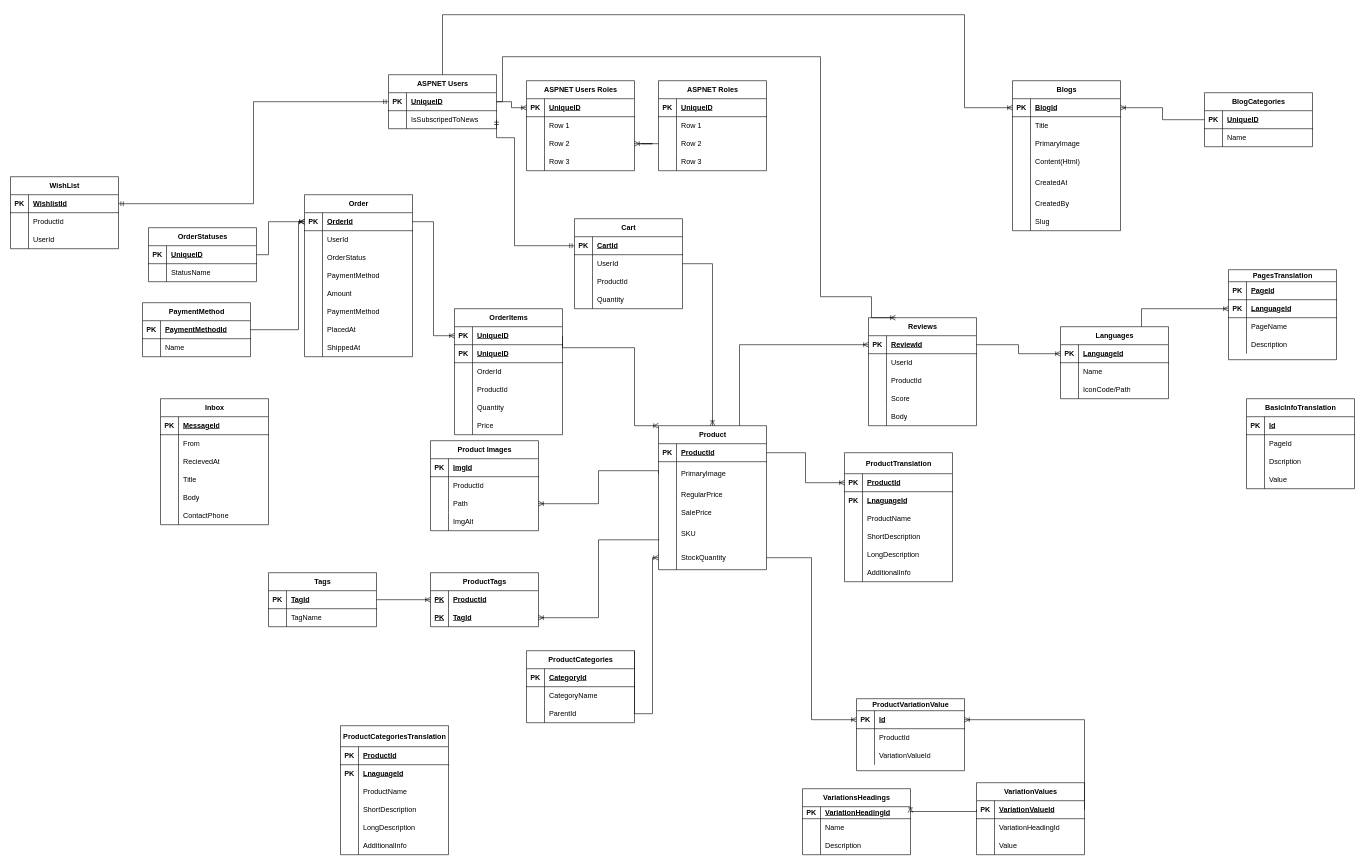
The draw.io diagram Untitled Diagram.drawio in mohamedvoli/Uthr, before the edit. Source tidied: cells renumbered, new cells numbered last; positions are measured from the earlier drawing's top-left corner, leaving out a move shared by most shapes. Both pictures are drawn from the tidied source at 60%, with x=0, y=0 at pixel (10, 14).
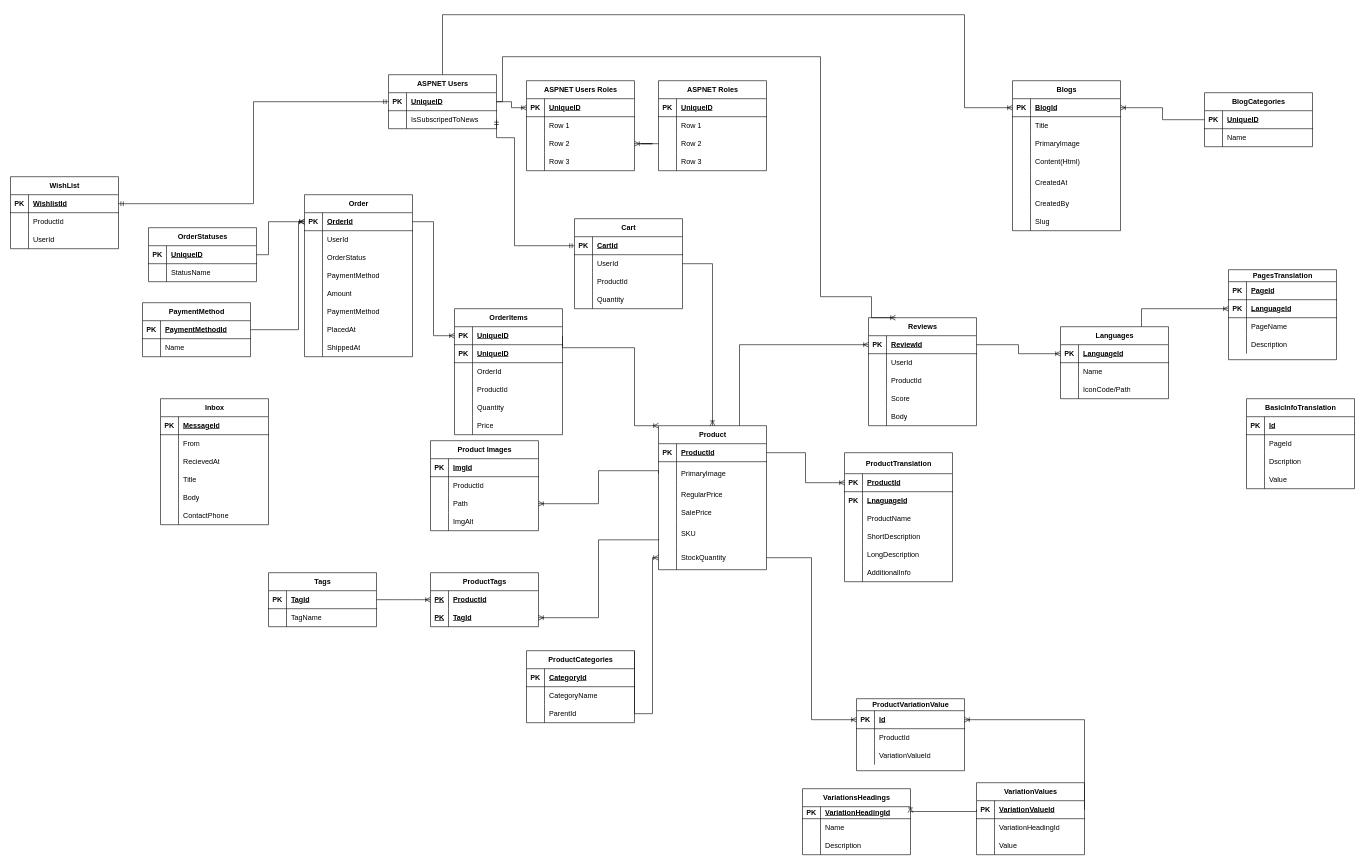
The same page after the edit.

The edit, as a diff of the source:
```diff
@@
-    <mxCell id="344" value="ProductCategoriesTranslation" style="shape=table;startSize=35;childLayout=tableLayout;rowLines=0;fontStyle=1;align=center;html=1;" parent="1" vertex="1">
-      <mxGeometry x="550" y="1185" width="180" height="215" as="geometry" />
-    </mxCell>
-    <mxCell id="345" style="shape=tableRow;horizontal=0;startSize=0;swimlaneHead=0;swimlaneBody=0;fillColor=none;top=0;left=0;right=0;bottom=1;" parent="344" vertex="1">
-      <mxGeometry y="35" width="180" height="30" as="geometry" />
-    </mxCell>
-    <mxCell id="346" value="PK" style="shape=partialRectangle;fillColor=none;top=0;left=0;bottom=0;right=0;fontStyle=1;overflow=hidden;whiteSpace=wrap;html=1;" parent="345" vertex="1">
-      <mxGeometry width="30" height="30" as="geometry" />
-    </mxCell>
-    <mxCell id="347" value="ProductId" style="shape=partialRectangle;fillColor=none;top=0;left=0;bottom=0;right=0;align=left;spacingLeft=6;fontStyle=5;overflow=hidden;whiteSpace=wrap;html=1;" parent="345" vertex="1">
-      <mxGeometry x="30" width="150" height="30" as="geometry" />
-    </mxCell>
-    <mxCell id="348" style="shape=tableRow;horizontal=0;startSize=0;swimlaneHead=0;swimlaneBody=0;fillColor=none;top=0;left=0;right=0;bottom=0;" parent="344" vertex="1">
-      <mxGeometry y="65" width="180" height="30" as="geometry" />
-    </mxCell>
-    <mxCell id="349" value="&lt;b&gt;PK&lt;/b&gt;" style="shape=partialRectangle;fillColor=none;top=0;left=0;bottom=0;right=0;overflow=hidden;whiteSpace=wrap;html=1;" parent="348" vertex="1">
-      <mxGeometry width="30" height="30" as="geometry" />
-    </mxCell>
-    <mxCell id="350" value="&lt;b&gt;&lt;u&gt;LnaguageId&lt;/u&gt;&lt;/b&gt;" style="shape=partialRectangle;fillColor=none;top=0;left=0;bottom=0;right=0;align=left;spacingLeft=6;overflow=hidden;whiteSpace=wrap;html=1;" parent="348" vertex="1">
-      <mxGeometry x="30" width="150" height="30" as="geometry" />
-    </mxCell>
-    <mxCell id="351" style="shape=tableRow;horizontal=0;startSize=0;swimlaneHead=0;swimlaneBody=0;fillColor=none;top=0;left=0;right=0;bottom=0;" parent="344" vertex="1">
-      <mxGeometry y="95" width="180" height="30" as="geometry" />
-    </mxCell>
-    <mxCell id="352" style="shape=partialRectangle;fillColor=none;top=0;left=0;bottom=0;right=0;overflow=hidden;whiteSpace=wrap;html=1;" parent="351" vertex="1">
-      <mxGeometry width="30" height="30" as="geometry" />
-    </mxCell>
-    <mxCell id="353" value="ProductName" style="shape=partialRectangle;fillColor=none;top=0;left=0;bottom=0;right=0;align=left;spacingLeft=6;overflow=hidden;whiteSpace=wrap;html=1;" parent="351" vertex="1">
-      <mxGeometry x="30" width="150" height="30" as="geometry" />
-    </mxCell>
-    <mxCell id="354" style="shape=tableRow;horizontal=0;startSize=0;swimlaneHead=0;swimlaneBody=0;fillColor=none;top=0;left=0;right=0;bottom=0;" parent="344" vertex="1">
-      <mxGeometry y="125" width="180" height="30" as="geometry" />
-    </mxCell>
-    <mxCell id="355" style="shape=partialRectangle;fillColor=none;top=0;left=0;bottom=0;right=0;overflow=hidden;whiteSpace=wrap;html=1;" parent="354" vertex="1">
-      <mxGeometry width="30" height="30" as="geometry" />
-    </mxCell>
-    <mxCell id="356" value="ShortDescription" style="shape=partialRectangle;fillColor=none;top=0;left=0;bottom=0;right=0;align=left;spacingLeft=6;overflow=hidden;whiteSpace=wrap;html=1;" parent="354" vertex="1">
-      <mxGeometry x="30" width="150" height="30" as="geometry" />
-    </mxCell>
-    <mxCell id="357" style="shape=tableRow;horizontal=0;startSize=0;swimlaneHead=0;swimlaneBody=0;fillColor=none;top=0;left=0;right=0;bottom=0;" parent="344" vertex="1">
-      <mxGeometry y="155" width="180" height="30" as="geometry" />
-    </mxCell>
-    <mxCell id="358" style="shape=partialRectangle;fillColor=none;top=0;left=0;bottom=0;right=0;overflow=hidden;whiteSpace=wrap;html=1;" parent="357" vertex="1">
-      <mxGeometry width="30" height="30" as="geometry" />
-    </mxCell>
-    <mxCell id="359" value="LongDescription" style="shape=partialRectangle;fillColor=none;top=0;left=0;bottom=0;right=0;align=left;spacingLeft=6;overflow=hidden;whiteSpace=wrap;html=1;" parent="357" vertex="1">
-      <mxGeometry x="30" width="150" height="30" as="geometry" />
-    </mxCell>
-    <mxCell id="360" style="shape=tableRow;horizontal=0;startSize=0;swimlaneHead=0;swimlaneBody=0;fillColor=none;top=0;left=0;right=0;bottom=0;" parent="344" vertex="1">
-      <mxGeometry y="185" width="180" height="30" as="geometry" />
-    </mxCell>
-    <mxCell id="361" style="shape=partialRectangle;fillColor=none;top=0;left=0;bottom=0;right=0;overflow=hidden;whiteSpace=wrap;html=1;" parent="360" vertex="1">
-      <mxGeometry width="30" height="30" as="geometry" />
-    </mxCell>
-    <mxCell id="362" value="AdditionalInfo" style="shape=partialRectangle;fillColor=none;top=0;left=0;bottom=0;right=0;align=left;spacingLeft=6;overflow=hidden;whiteSpace=wrap;html=1;" parent="360" vertex="1">
-      <mxGeometry x="30" width="150" height="30" as="geometry" />
-    </mxCell>
```
